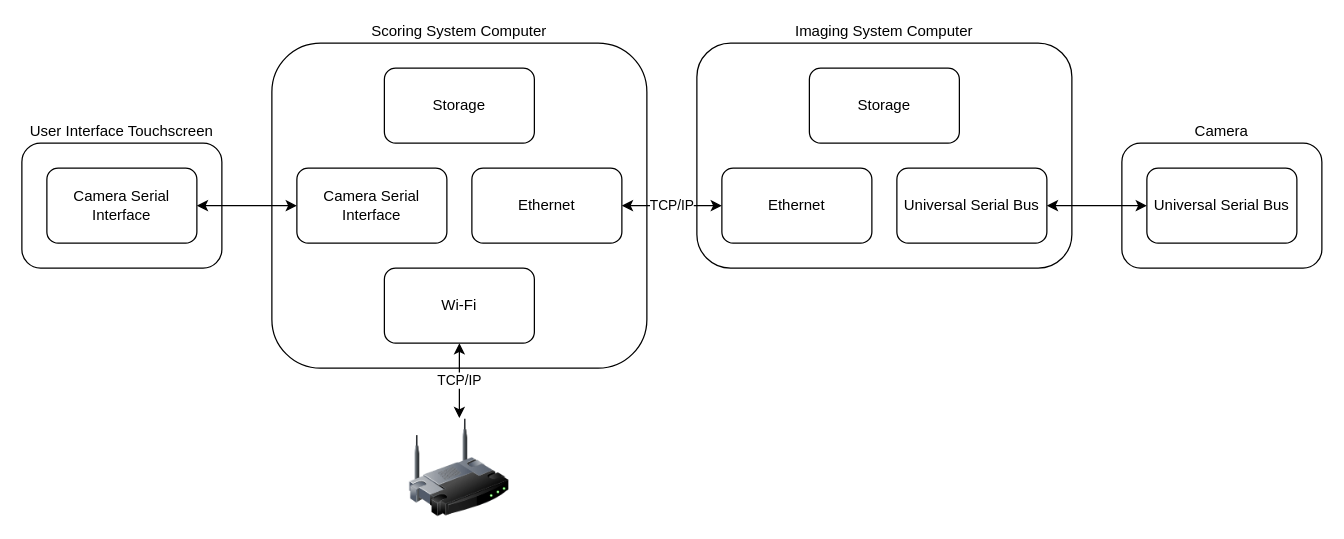
Earlier version of the draw.io diagram page "Interface" (3 of 5) of documentation/System_Schematics.drawio (kparlak/dart-scoring-system). Source tidied: cells renumbered, new cells numbered last; positions are measured from the earlier drawing's top-left corner, leaving out a move shared by most shapes. Both pictures are drawn from the tidied source at 125%, with x=0, y=0 at pixel (21, 42).
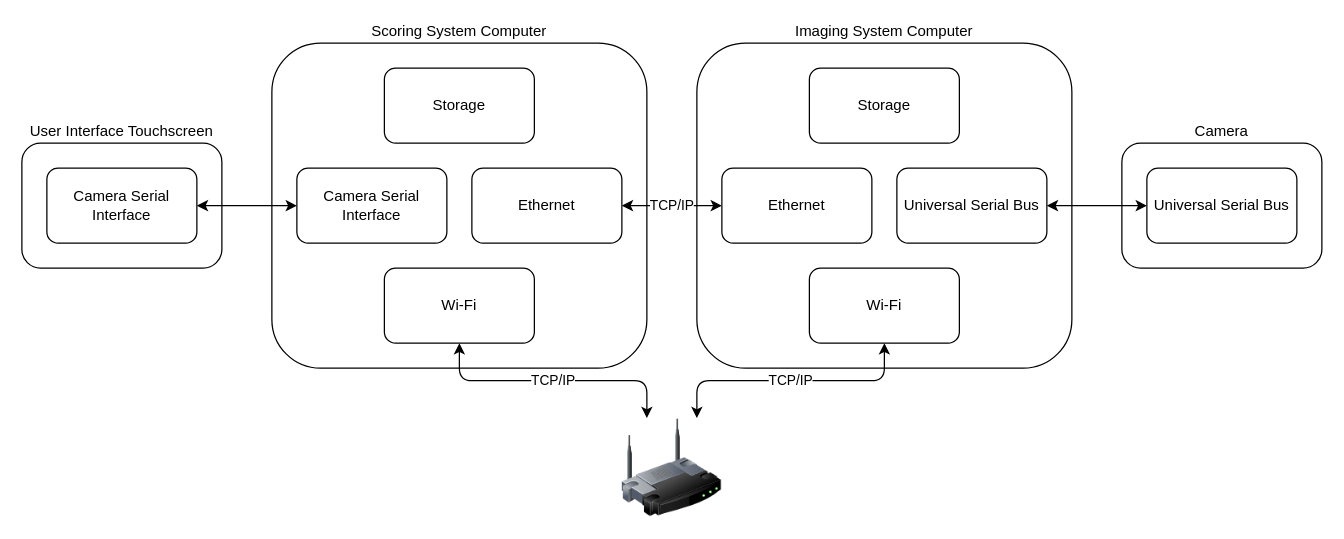
Above is the later version.

Unchanged cells that the change refers to:
```xml
<mxCell id="10" value="Wi-Fi" style="rounded=1;whiteSpace=wrap;html=1;" parent="1" vertex="1">
  <mxGeometry x="290" y="180" width="120" height="60" as="geometry" />
</mxCell>
```

Change to the diagram source:
```diff
@@
     <mxCell id="2" value="Imaging System Computer" style="rounded=1;whiteSpace=wrap;html=1;labelPosition=center;verticalLabelPosition=top;align=center;verticalAlign=bottom;" parent="1" vertex="1">
-      <mxGeometry x="540" width="300" height="180" as="geometry" />
+      <mxGeometry x="540" width="300" height="260" as="geometry" />
     </mxCell>
@@
-    <mxCell id="9" value="TCP/IP" style="edgeStyle=orthogonalEdgeStyle;rounded=1;jettySize=auto;html=1;exitX=0.5;exitY=1;exitDx=0;exitDy=0;entryX=0.5;entryY=0;entryDx=0;entryDy=0;startArrow=classic;startFill=1;strokeColor=#000000;" parent="1" edge="1" source="10" target="15">
+    <mxCell id="9" value="TCP/IP" style="edgeStyle=orthogonalEdgeStyle;rounded=1;jettySize=auto;html=1;exitX=0.5;exitY=1;exitDx=0;exitDy=0;entryX=0.25;entryY=0;entryDx=0;entryDy=0;startArrow=classic;startFill=1;strokeColor=#000000;" parent="1" edge="1" source="10" target="15">
       <mxGeometry relative="1" as="geometry" />
     </mxCell>
@@
     <mxCell id="15" style="image;html=1;image=img/lib/clip_art/networking/Wireless_Router_128x128.png;" parent="1" vertex="1">
-      <mxGeometry x="310" y="300" width="80" height="80" as="geometry" />
+      <mxGeometry x="480" y="300" width="80" height="80" as="geometry" />
     </mxCell>
@@
+    <mxCell id="20" value="Wi-Fi" style="rounded=1;whiteSpace=wrap;html=1;" parent="1" vertex="1">
+      <mxGeometry x="630" y="180" width="120" height="60" as="geometry" />
+    </mxCell>
+    <mxCell id="21" value="TCP/IP" style="edgeStyle=orthogonalEdgeStyle;rounded=1;jettySize=auto;html=1;exitX=0.5;exitY=1;exitDx=0;exitDy=0;entryX=0.75;entryY=0;entryDx=0;entryDy=0;startArrow=classic;startFill=1;strokeColor=#000000;" parent="1" edge="1" source="20" target="15">
+      <mxGeometry relative="1" as="geometry" />
+    </mxCell>
```
